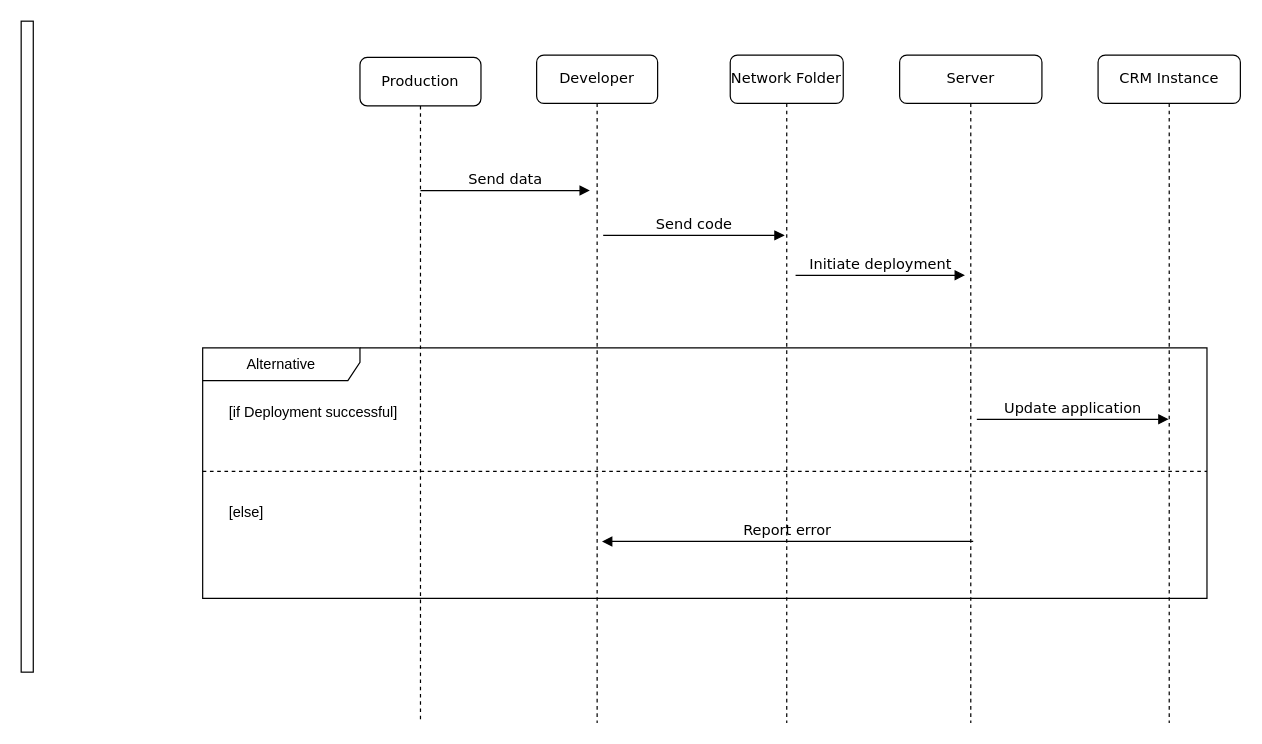
The draw.io diagram sequence_final.drawio in adriennhorvath/architecture, before the edit. Source tidied: cells renumbered, new cells numbered last; positions are measured from the earlier drawing's top-left corner, leaving out a move shared by most shapes. Both pictures are drawn from the tidied source at 121%, with x=0, y=0 at pixel (21, 21).
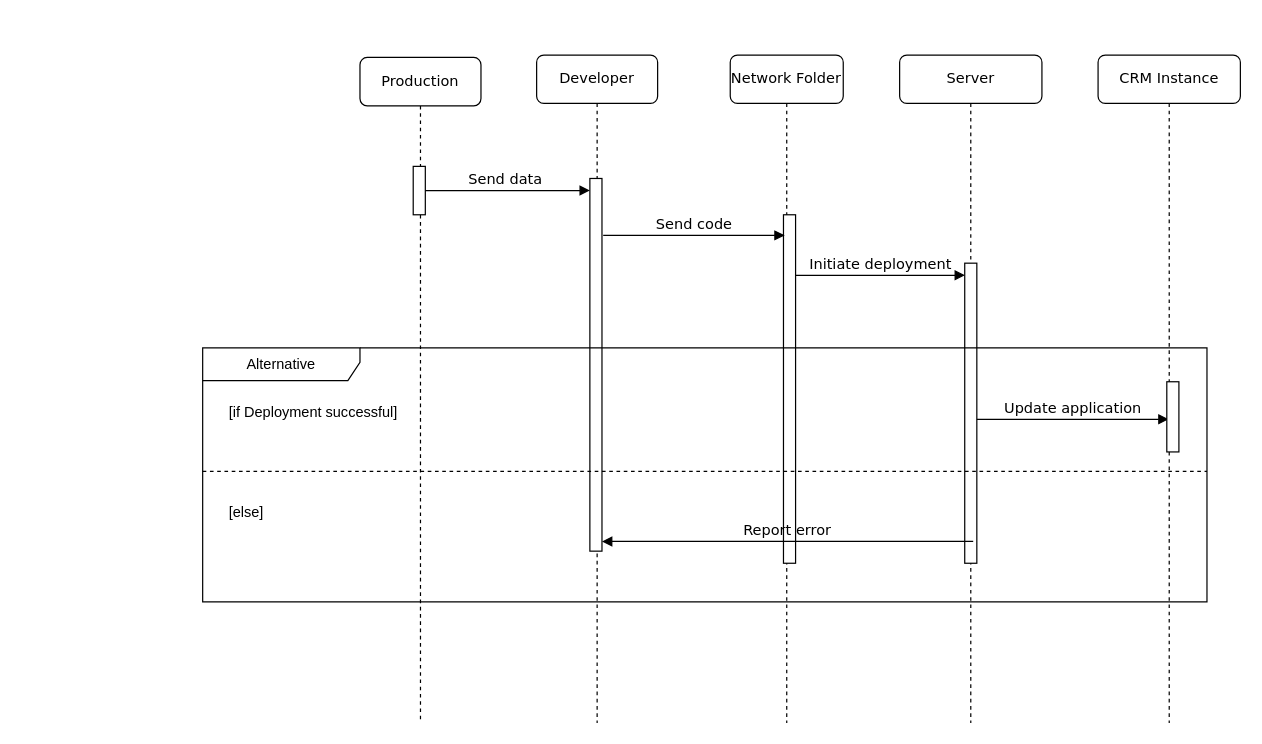
Above is the later version.

Unchanged cells that the change refers to:
```xml
<mxCell id="2" value="Developer" style="shape=umlLifeline;perimeter=lifelinePerimeter;whiteSpace=wrap;html=1;rounded=1;shadow=0;comic=0;labelBackgroundColor=none;strokeWidth=1;fontFamily=Verdana;fontSize=12;align=center;" parent="1" vertex="1">
  <mxGeometry x="426" y="28" width="100" height="552" as="geometry" />
</mxCell>
<mxCell id="3" value="Network Folder" style="shape=umlLifeline;perimeter=lifelinePerimeter;whiteSpace=wrap;html=1;rounded=1;shadow=0;comic=0;labelBackgroundColor=none;strokeWidth=1;fontFamily=Verdana;fontSize=12;align=center;" parent="1" vertex="1">
  <mxGeometry x="586" y="28" width="93.4" height="552" as="geometry" />
</mxCell>
<mxCell id="4" value="Server" style="shape=umlLifeline;perimeter=lifelinePerimeter;whiteSpace=wrap;html=1;rounded=1;shadow=0;comic=0;labelBackgroundColor=none;strokeWidth=1;fontFamily=Verdana;fontSize=12;align=center;" parent="1" vertex="1">
  <mxGeometry x="726" y="28" width="117.6" height="552" as="geometry" />
</mxCell>
<mxCell id="13" value="CRM Instance" style="shape=umlLifeline;perimeter=lifelinePerimeter;whiteSpace=wrap;html=1;rounded=1;shadow=0;comic=0;labelBackgroundColor=none;strokeWidth=1;fontFamily=Verdana;fontSize=12;align=center;" parent="1" vertex="1">
  <mxGeometry x="890" y="28" width="117.6" height="552" as="geometry" />
</mxCell>
```

Change to the diagram source:
```diff
@@
+    <mxCell id="16" style="html=1;perimeter=orthogonalPerimeter;targetShapes=umlLifeline;newEdgeStyle={&quot;curved&quot;:0,&quot;rounded&quot;:0};" parent="2" vertex="1">
+      <mxGeometry x="44" y="102" width="10" height="308" as="geometry" />
+    </mxCell>
@@
+    <mxCell id="17" style="html=1;perimeter=orthogonalPerimeter;targetShapes=umlLifeline;newEdgeStyle={&quot;curved&quot;:0,&quot;rounded&quot;:0};" parent="3" vertex="1">
+      <mxGeometry x="44" y="132" width="10" height="288" as="geometry" />
+    </mxCell>
@@
+    <mxCell id="18" style="html=1;perimeter=orthogonalPerimeter;targetShapes=umlLifeline;newEdgeStyle={&quot;curved&quot;:0,&quot;rounded&quot;:0};" parent="4" vertex="1">
+      <mxGeometry x="53.8" y="172" width="10" height="248" as="geometry" />
+    </mxCell>
@@
     <mxCell id="9" value="Alternative" style="shape=umlFrame;whiteSpace=wrap;html=1;width=130;height=27;" parent="1" vertex="1">
-      <mxGeometry x="150" y="270" width="830" height="207" as="geometry" />
+      <mxGeometry x="150" y="270" width="830" height="210" as="geometry" />
     </mxCell>
@@
+    <mxCell id="15" style="html=1;perimeter=orthogonalPerimeter;targetShapes=umlLifeline;newEdgeStyle={&quot;curved&quot;:0,&quot;rounded&quot;:0};" parent="9" vertex="1">
+      <mxGeometry x="174" y="-150" width="10" height="40" as="geometry" />
+    </mxCell>
@@
-    <mxCell id="15" style="html=1;perimeter=orthogonalPerimeter;targetShapes=umlLifeline;newEdgeStyle={&quot;curved&quot;:0,&quot;rounded&quot;:0};" parent="1" vertex="1">
-      <mxGeometry width="10" height="538" as="geometry" />
-    </mxCell>
+    <mxCell id="19" style="html=1;perimeter=orthogonalPerimeter;targetShapes=umlLifeline;newEdgeStyle={&quot;curved&quot;:0,&quot;rounded&quot;:0};" parent="13" vertex="1">
+      <mxGeometry x="56.8" y="270" width="10" height="58" as="geometry" />
+    </mxCell>
```
